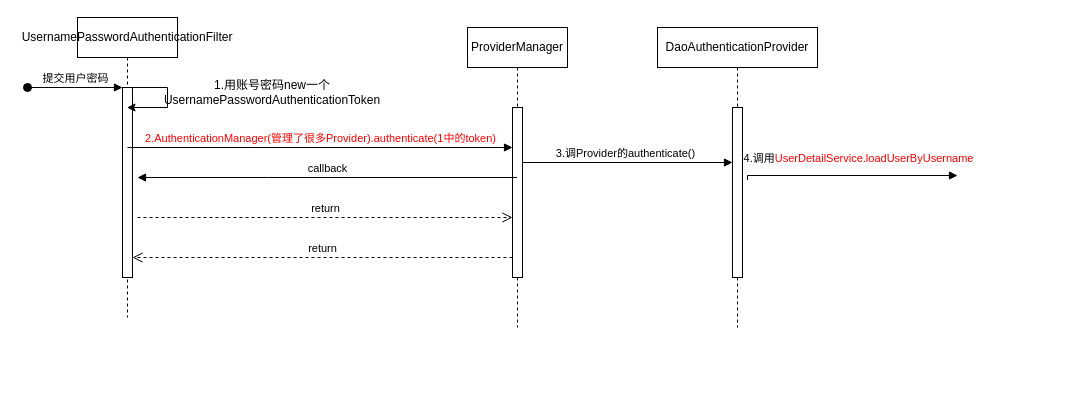
Above: SpringSecurity流程.drawio in nullptr0xf/drawio (draw.io), before the change. Source tidied: cells renumbered, new cells numbered last; positions are measured from the earlier drawing's top-left corner, leaving out a move shared by most shapes. Both pictures are drawn from the tidied source at 100%, with x=0, y=0 at pixel (27, 17).
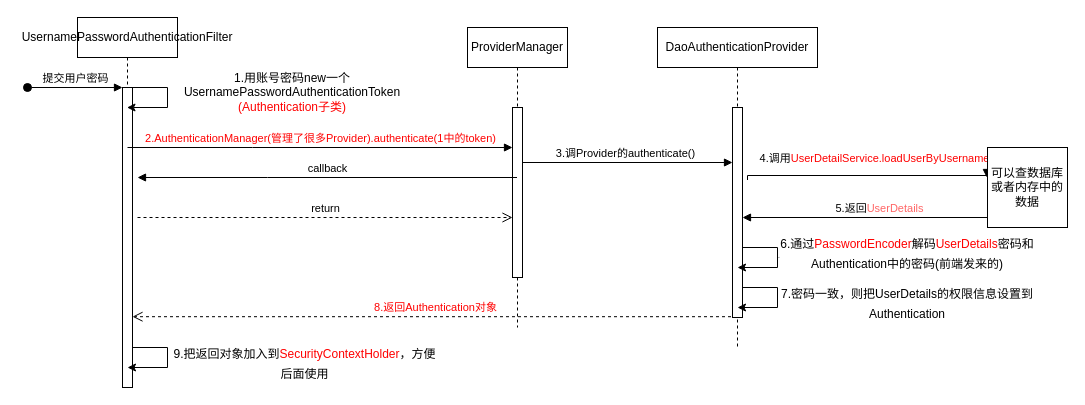
Above is the later version.

The change refers to these unchanged cells:
```xml
<mxCell id="7" style="html=1;points=[];perimeter=orthogonalPerimeter;outlineConnect=0;targetShapes=umlLifeline;portConstraint=eastwest;newEdgeStyle={&quot;edgeStyle&quot;:&quot;elbowEdgeStyle&quot;,&quot;elbow&quot;:&quot;vertical&quot;,&quot;curved&quot;:0,&quot;rounded&quot;:0};" parent="6" vertex="1">
  <mxGeometry x="45" y="80" width="10" height="170" as="geometry" />
</mxCell>
```

The edit, as a diff of the source:
```diff
@@
     <mxCell id="2" value="UsernamePasswordAuthenticationFilter" style="shape=umlLifeline;perimeter=lifelinePerimeter;whiteSpace=wrap;html=1;outlineConnect=0;portConstraint=eastwest;newEdgeStyle={&quot;edgeStyle&quot;:&quot;elbowEdgeStyle&quot;,&quot;elbow&quot;:&quot;vertical&quot;,&quot;curved&quot;:0,&quot;rounded&quot;:0};" parent="1" vertex="1">
-      <mxGeometry x="50" width="100" height="300" as="geometry" />
+      <mxGeometry x="50" width="100" height="370" as="geometry" />
     </mxCell>
     <mxCell id="3" style="html=1;points=[];perimeter=orthogonalPerimeter;outlineConnect=0;targetShapes=umlLifeline;portConstraint=eastwest;newEdgeStyle={&quot;edgeStyle&quot;:&quot;elbowEdgeStyle&quot;,&quot;elbow&quot;:&quot;vertical&quot;,&quot;curved&quot;:0,&quot;rounded&quot;:0};" parent="2" vertex="1">
-      <mxGeometry x="45" y="70" width="10" height="190" as="geometry" />
+      <mxGeometry x="45" y="70" width="10" height="300" as="geometry" />
     </mxCell>
@@
-    <mxCell id="9" value="return" style="html=1;verticalAlign=bottom;endArrow=open;dashed=1;endSize=8;edgeStyle=elbowEdgeStyle;elbow=vertical;curved=0;rounded=0;" parent="1" edge="1" source="7" target="3">
+    <mxCell id="9" value="&lt;font color=&quot;#ff0000&quot;&gt;8.返回Authentication对象&lt;/font&gt;" style="html=1;verticalAlign=bottom;endArrow=open;dashed=1;endSize=8;edgeStyle=elbowEdgeStyle;elbow=vertical;curved=0;rounded=0;" parent="1" edge="1" source="13">
       <mxGeometry relative="1" as="geometry">
+        <mxPoint x="105" y="299.2" as="targetPoint" />
         <Array as="points">
-          <mxPoint x="240" y="240" />
+          <mxPoint x="240" y="299.2" />
         </Array>
       </mxGeometry>
     </mxCell>
@@
-    <mxCell id="12" value="1.用账号密码new一个UsernamePasswordAuthenticationToken" style="text;html=1;strokeColor=none;fillColor=none;align=center;verticalAlign=middle;whiteSpace=wrap;rounded=0;" parent="1" vertex="1">
-      <mxGeometry x="170" y="60" width="150" height="30" as="geometry" />
+    <mxCell id="12" value="1.用账号密码new一个UsernamePasswordAuthenticationToken&lt;br&gt;&lt;font color=&quot;#ff0000&quot;&gt;(Authentication子类)&lt;/font&gt;" style="text;html=1;strokeColor=none;fillColor=none;align=center;verticalAlign=middle;whiteSpace=wrap;rounded=0;" parent="1" vertex="1">
+      <mxGeometry x="150" y="60" width="230" height="30" as="geometry" />
     </mxCell>
     <mxCell id="13" value="DaoAuthenticationProvider" style="shape=umlLifeline;perimeter=lifelinePerimeter;whiteSpace=wrap;html=1;outlineConnect=0;portConstraint=eastwest;newEdgeStyle={&quot;edgeStyle&quot;:&quot;elbowEdgeStyle&quot;,&quot;elbow&quot;:&quot;vertical&quot;,&quot;curved&quot;:0,&quot;rounded&quot;:0};" parent="1" vertex="1">
-      <mxGeometry x="630" y="10" width="160" height="300" as="geometry" />
+      <mxGeometry x="630" y="10" width="160" height="320" as="geometry" />
     </mxCell>
     <mxCell id="14" style="html=1;perimeter=orthogonalPerimeter;targetShapes=umlLifeline;newEdgeStyle={&quot;edgeStyle&quot;:&quot;elbowEdgeStyle&quot;,&quot;elbow&quot;:&quot;vertical&quot;,&quot;curved&quot;:0,&quot;rounded&quot;:0};" parent="13" vertex="1">
-      <mxGeometry x="75" y="80" width="10" height="170" as="geometry" />
+      <mxGeometry x="75" y="80" width="10" height="210" as="geometry" />
     </mxCell>
@@
-    <mxCell id="16" value="4.调用&lt;font color=&quot;#ff0000&quot;&gt;UserDetailService.loadUserByUsername&lt;/font&gt;" style="html=1;verticalAlign=bottom;endArrow=block;edgeStyle=elbowEdgeStyle;elbow=vertical;curved=0;rounded=0;" parent="1" edge="1">
+    <mxCell id="16" value="4.调用&lt;font color=&quot;#ff0000&quot;&gt;UserDetailService.loadUserByUsername&lt;/font&gt;" style="html=1;verticalAlign=bottom;endArrow=block;edgeStyle=elbowEdgeStyle;elbow=vertical;curved=0;rounded=0;entryX=-0.009;entryY=0.375;entryDx=0;entryDy=0;entryPerimeter=0;" parent="1" edge="1" target="17">
       <mxGeometry x="0.07" y="8" relative="1" as="geometry">
         <mxPoint x="720" y="162.5" as="sourcePoint" />
-        <mxPoint x="930" y="157.5" as="targetPoint" />
         <Array as="points">
           <mxPoint x="710" y="158" />
         </Array>
       </mxGeometry>
     </mxCell>
+    <mxCell id="17" value="可以查数据库或者内存中的数据" style="whiteSpace=wrap;html=1;" parent="1" vertex="1">
+      <mxGeometry x="960" y="130" width="80" height="80" as="geometry" />
+    </mxCell>
+    <mxCell id="18" value="5.返回&lt;font color=&quot;#ff6666&quot;&gt;UserDetails&lt;/font&gt;" style="html=1;verticalAlign=bottom;endArrow=block;edgeStyle=elbowEdgeStyle;elbow=vertical;curved=0;rounded=0;exitX=0;exitY=0.75;exitDx=0;exitDy=0;" parent="1" edge="1">
+      <mxGeometry relative="1" as="geometry">
+        <mxPoint x="960" y="170" as="sourcePoint" />
+        <mxPoint x="715" y="200" as="targetPoint" />
+        <Array as="points">
+          <mxPoint x="915" y="200" />
+        </Array>
+      </mxGeometry>
+    </mxCell>
+    <mxCell id="19" style="endArrow=classic;html=1;rounded=0;" parent="1" edge="1">
+      <mxGeometry relative="1" as="geometry">
+        <mxPoint x="715" y="230" as="sourcePoint" />
+        <mxPoint x="710" y="250" as="targetPoint" />
+        <Array as="points">
+          <mxPoint x="750" y="230" />
+          <mxPoint x="750" y="250" />
+        </Array>
+      </mxGeometry>
+    </mxCell>
+    <mxCell id="20" value="&lt;font style=&quot;font-size: 1px;&quot;&gt;Text&lt;/font&gt;" style="edgeLabel;html=1;align=center;verticalAlign=middle;fontSize=16;" parent="19" vertex="1">
+      <mxGeometry x="-0.17" relative="1" as="geometry" />
+    </mxCell>
+    <mxCell id="21" style="endArrow=classic;html=1;rounded=0;" parent="1" edge="1">
+      <mxGeometry relative="1" as="geometry">
+        <mxPoint x="715" y="270" as="sourcePoint" />
+        <mxPoint x="710" y="290" as="targetPoint" />
+        <Array as="points">
+          <mxPoint x="750" y="270" />
+          <mxPoint x="750" y="290" />
+        </Array>
+      </mxGeometry>
+    </mxCell>
+    <mxCell id="22" value="&lt;font style=&quot;font-size: 12px;&quot;&gt;6.通过&lt;font color=&quot;#ff0000&quot;&gt;PasswordEncoder&lt;/font&gt;解码&lt;font color=&quot;#ff0000&quot;&gt;UserDetails&lt;/font&gt;密码和Authentication中的密码(前端发来的)&lt;/font&gt;" style="text;html=1;strokeColor=none;fillColor=none;align=center;verticalAlign=middle;whiteSpace=wrap;rounded=0;fontSize=16;" parent="1" vertex="1">
+      <mxGeometry x="720" y="220" width="320" height="30" as="geometry" />
+    </mxCell>
+    <mxCell id="23" value="&lt;span style=&quot;font-size: 12px;&quot;&gt;7.密码一致，则把UserDetails的权限信息设置到Authentication&lt;/span&gt;" style="text;html=1;strokeColor=none;fillColor=none;align=center;verticalAlign=middle;whiteSpace=wrap;rounded=0;fontSize=16;" parent="1" vertex="1">
+      <mxGeometry x="720" y="270" width="320" height="30" as="geometry" />
+    </mxCell>
+    <mxCell id="24" style="endArrow=classic;html=1;rounded=0;" parent="1" edge="1">
+      <mxGeometry relative="1" as="geometry">
+        <mxPoint x="105" y="330" as="sourcePoint" />
+        <mxPoint x="100" y="350" as="targetPoint" />
+        <Array as="points">
+          <mxPoint x="140" y="330" />
+          <mxPoint x="140" y="350" />
+        </Array>
+      </mxGeometry>
+    </mxCell>
+    <mxCell id="25" value="&lt;span style=&quot;font-size: 12px;&quot;&gt;9.把返回对象加入到&lt;font color=&quot;#ff0000&quot;&gt;SecurityContextHolder&lt;/font&gt;，方便后面使用&lt;/span&gt;" style="text;html=1;strokeColor=none;fillColor=none;align=center;verticalAlign=middle;whiteSpace=wrap;rounded=0;fontSize=16;" parent="1" vertex="1">
+      <mxGeometry x="140" y="320" width="275" height="50" as="geometry" />
+    </mxCell>
```
